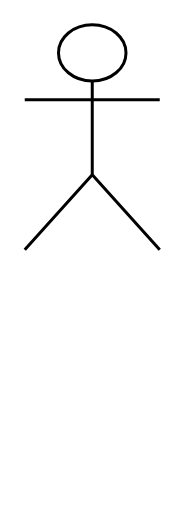
The draw.io diagram 未命名绘图.drawio in Yaozongbin0828/UMLetDraw, before the edit. Source tidied: cells renumbered, new cells numbered last; positions are measured from the earlier drawing's top-left corner, leaving out a move shared by most shapes. Both pictures are drawn from the tidied source at 150%, with x=0, y=0 at pixel (24, 24).
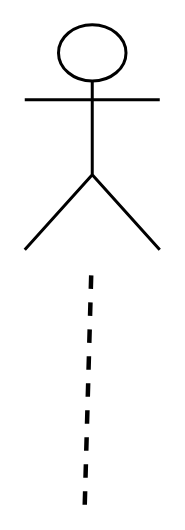
Above is the later version.

Commit message (it also covers changes not shown here):
更新未命名绘图.drawio

What changed in the source:
```diff
@@
 <mxGraphModel>
   <root>
     <mxCell id="0" />
     <mxCell id="1" parent="0" />
     <mxCell id="2" style="shape=umlActor;verticalLabelPosition=bottom;verticalAlign=top;html=1;strokeWidth=2;" parent="1" vertex="1">
       <mxGeometry width="90" height="150" as="geometry" />
     </mxCell>
+    <mxCell id="3" style="endArrow=none;dashed=1;html=1;rounded=0;strokeWidth=3;" parent="1" edge="1">
+      <mxGeometry relative="1" as="geometry">
+        <mxPoint x="40" y="320" as="sourcePoint" />
+        <mxPoint x="44.5" y="160" as="targetPoint" />
+      </mxGeometry>
+    </mxCell>
   </root>
 </mxGraphModel>
```
